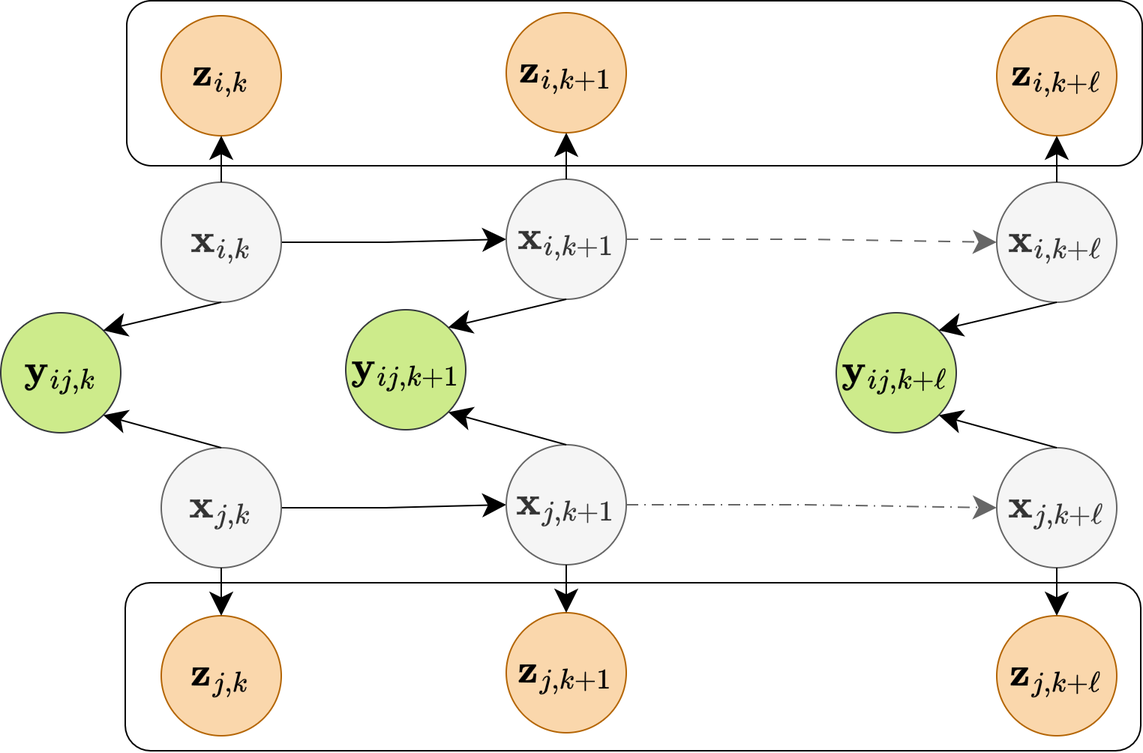
This is dynamic.png from yifan008/drawioSaver, a draw.io export, as it was before one commit. Source tidied: cells renumbered, new cells last; positions are measured from the earlier drawing's top-left corner, leaving out a move shared by most shapes.
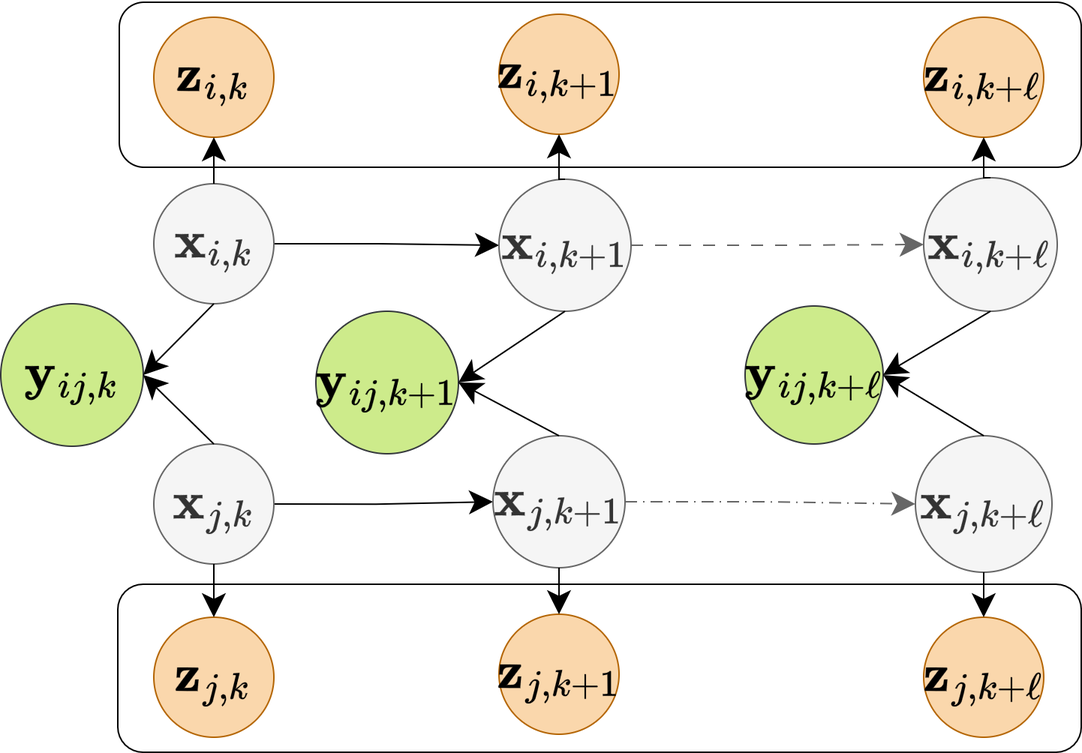
After the commit.

The edit, as a diff of the source:
```diff
@@ -2,104 +2,107 @@
   <root>
     <mxCell id="0" />
     <mxCell id="1" parent="0" />
-    <mxCell id="2" style="edgeStyle=orthogonalEdgeStyle;rounded=0;jettySize=auto;html=1;exitX=1;exitY=0.5;exitDx=0;exitDy=0;entryX=0;entryY=0.5;entryDx=0;entryDy=0;endSize=13;" parent="1" edge="1" source="3" target="14">
-      <mxGeometry relative="1" as="geometry" />
+    <mxCell id="2" style="rounded=1;whiteSpace=wrap;html=1;fillColor=none;" parent="1" vertex="1">
+      <mxGeometry x="83" y="388" width="642" height="112" as="geometry" />
     </mxCell>
-    <mxCell id="3" value="&lt;font style=&quot;font-size: 23px;&quot;&gt;$$\mathbf{x}_{i,k}$$&lt;/font&gt;" style="ellipse;whiteSpace=wrap;html=1;fillColor=#f5f5f5;fontColor=#333333;strokeColor=#666666;" parent="1" vertex="1">
-      <mxGeometry x="107" y="121" width="80" height="80" as="geometry" />
+    <mxCell id="3" style="rounded=1;whiteSpace=wrap;html=1;fillColor=none;" parent="1" vertex="1">
+      <mxGeometry x="84" width="641" height="110" as="geometry" />
     </mxCell>
     <mxCell id="4" style="edgeStyle=orthogonalEdgeStyle;rounded=0;jettySize=auto;html=1;exitX=1;exitY=0.5;exitDx=0;exitDy=0;entryX=0;entryY=0.5;entryDx=0;entryDy=0;endSize=13;" parent="1" edge="1" source="5" target="16">
       <mxGeometry relative="1" as="geometry" />
     </mxCell>
-    <mxCell id="5" value="&lt;font style=&quot;font-size: 23px;&quot;&gt;$$\mathbf{x}_{j,k}$$&lt;/font&gt;" style="ellipse;whiteSpace=wrap;html=1;fillColor=#f5f5f5;fontColor=#333333;strokeColor=#666666;" parent="1" vertex="1">
-      <mxGeometry x="107" y="298" width="80" height="80" as="geometry" />
+    <mxCell id="5" value="&lt;font style=&quot;font-size: 30px;&quot;&gt;$$\mathbf{x}_{i,k}$$&lt;/font&gt;" style="ellipse;whiteSpace=wrap;html=1;fillColor=#f5f5f5;fontColor=#333333;strokeColor=#666666;" parent="1" vertex="1">
+      <mxGeometry x="107" y="121" width="80" height="80" as="geometry" />
     </mxCell>
-    <mxCell id="6" value="&lt;span style=&quot;font-size: 23px;&quot;&gt;$$\mathbf{y}_{ij,k}$$&lt;/span&gt;" style="ellipse;whiteSpace=wrap;html=1;fillColor=#cdeb8b;strokeColor=#36393d;" parent="1" vertex="1">
-      <mxGeometry y="208" width="80" height="80" as="geometry" />
+    <mxCell id="6" style="edgeStyle=orthogonalEdgeStyle;rounded=0;jettySize=auto;html=1;exitX=1;exitY=0.5;exitDx=0;exitDy=0;entryX=0;entryY=0.5;entryDx=0;entryDy=0;endSize=13;" parent="1" edge="1" source="7" target="18">
+      <mxGeometry relative="1" as="geometry" />
     </mxCell>
-    <mxCell id="7" value="&lt;span style=&quot;font-size: 23px;&quot;&gt;$$\mathbf{z}_{i,k}$$&lt;/span&gt;" style="ellipse;whiteSpace=wrap;html=1;fillColor=#fad7ac;strokeColor=#b46504;" parent="1" vertex="1">
-      <mxGeometry x="107" y="10" width="80" height="80" as="geometry" />
+    <mxCell id="7" value="&lt;font style=&quot;font-size: 30px;&quot;&gt;$$\mathbf{x}_{j,k}$$&lt;/font&gt;" style="ellipse;whiteSpace=wrap;html=1;fillColor=#f5f5f5;fontColor=#333333;strokeColor=#666666;" parent="1" vertex="1">
+      <mxGeometry x="107" y="294.5" width="80" height="80" as="geometry" />
     </mxCell>
-    <mxCell id="8" value="&lt;span style=&quot;font-size: 23px;&quot;&gt;$$\mathbf{z}_{j,k}$$&lt;/span&gt;" style="ellipse;whiteSpace=wrap;html=1;fillColor=#fad7ac;strokeColor=#b46504;" parent="1" vertex="1">
-      <mxGeometry x="107" y="410" width="80" height="80" as="geometry" />
+    <mxCell id="8" value="&lt;font style=&quot;font-size: 30px;&quot;&gt;$$\mathbf{y}_{ij,k}$$&lt;/font&gt;" style="ellipse;whiteSpace=wrap;html=1;fillColor=#cdeb8b;strokeColor=#36393d;" parent="1" vertex="1">
+      <mxGeometry x="5" y="201" width="95" height="95" as="geometry" />
     </mxCell>
-    <mxCell id="9" style="edgeStyle=orthogonalEdgeStyle;rounded=0;jettySize=auto;html=1;exitX=0.5;exitY=0;exitDx=0;exitDy=0;entryX=0.5;entryY=1;entryDx=0;entryDy=0;endSize=13;" parent="1" edge="1" source="3" target="7">
-      <mxGeometry relative="1" as="geometry" />
+    <mxCell id="9" value="&lt;font style=&quot;font-size: 30px;&quot;&gt;$$\mathbf{z}_{i,k}$$&lt;/font&gt;" style="ellipse;whiteSpace=wrap;html=1;fillColor=#fad7ac;strokeColor=#b46504;" parent="1" vertex="1">
+      <mxGeometry x="107" y="10" width="80" height="80" as="geometry" />
     </mxCell>
-    <mxCell id="10" style="edgeStyle=orthogonalEdgeStyle;rounded=0;jettySize=auto;html=1;exitX=0.5;exitY=1;exitDx=0;exitDy=0;endSize=13;entryX=0.5;entryY=0;entryDx=0;entryDy=0;" parent="1" edge="1" source="5" target="8">
-      <mxGeometry relative="1" as="geometry" />
+    <mxCell id="10" value="&lt;font style=&quot;font-size: 30px;&quot;&gt;$$\mathbf{z}_{j,k}$$&lt;/font&gt;" style="ellipse;whiteSpace=wrap;html=1;fillColor=#fad7ac;strokeColor=#b46504;" parent="1" vertex="1">
+      <mxGeometry x="107" y="410" width="80" height="80" as="geometry" />
     </mxCell>
-    <mxCell id="11" style="endArrow=classic;html=1;rounded=0;exitX=0.5;exitY=1;exitDx=0;exitDy=0;entryX=1;entryY=0;entryDx=0;entryDy=0;endSize=13;" parent="1" edge="1" source="3" target="6">
+    <mxCell id="11" style="edgeStyle=orthogonalEdgeStyle;rounded=0;jettySize=auto;html=1;exitX=0.5;exitY=0;exitDx=0;exitDy=0;entryX=0.5;entryY=1;entryDx=0;entryDy=0;endSize=13;" parent="1" edge="1" source="5" target="9">
       <mxGeometry relative="1" as="geometry" />
     </mxCell>
-    <mxCell id="12" style="endArrow=classic;html=1;rounded=0;exitX=0.5;exitY=0;exitDx=0;exitDy=0;entryX=1;entryY=1;entryDx=0;entryDy=0;endSize=13;" parent="1" edge="1" source="5" target="6">
+    <mxCell id="12" style="edgeStyle=orthogonalEdgeStyle;rounded=0;jettySize=auto;html=1;exitX=0.5;exitY=1;exitDx=0;exitDy=0;endSize=13;entryX=0.5;entryY=0;entryDx=0;entryDy=0;" parent="1" edge="1" source="7" target="10">
       <mxGeometry relative="1" as="geometry" />
     </mxCell>
-    <mxCell id="13" style="edgeStyle=orthogonalEdgeStyle;rounded=0;jettySize=auto;html=1;exitX=1;exitY=0.5;exitDx=0;exitDy=0;entryX=0;entryY=0.5;entryDx=0;entryDy=0;endSize=13;dashed=1;strokeColor=#666666;dashPattern=8 8;fillColor=#f5f5f5;" parent="1" edge="1" source="14" target="24">
+    <mxCell id="13" style="endArrow=classic;html=1;rounded=0;exitX=0.5;exitY=1;exitDx=0;exitDy=0;entryX=1;entryY=0.5;entryDx=0;entryDy=0;endSize=13;" parent="1" edge="1" source="5" target="8">
       <mxGeometry relative="1" as="geometry" />
     </mxCell>
-    <mxCell id="14" value="&lt;font style=&quot;font-size: 23px;&quot;&gt;$$\mathbf{x}_{i,k+1}$$&lt;/font&gt;" style="ellipse;whiteSpace=wrap;html=1;fillColor=#f5f5f5;fontColor=#333333;strokeColor=#666666;" parent="1" vertex="1">
-      <mxGeometry x="337" y="119" width="80" height="80" as="geometry" />
+    <mxCell id="14" style="endArrow=classic;html=1;rounded=0;exitX=0.5;exitY=0;exitDx=0;exitDy=0;entryX=1;entryY=0.5;entryDx=0;entryDy=0;endSize=13;" parent="1" edge="1" source="7" target="8">
+      <mxGeometry relative="1" as="geometry" />
     </mxCell>
-    <mxCell id="15" style="edgeStyle=orthogonalEdgeStyle;rounded=0;jettySize=auto;html=1;exitX=1;exitY=0.5;exitDx=0;exitDy=0;entryX=0;entryY=0.5;entryDx=0;entryDy=0;endSize=13;dashed=1;fillColor=#f5f5f5;strokeColor=#666666;dashPattern=8 4 1 4;" parent="1" edge="1" source="16" target="25">
+    <mxCell id="15" style="edgeStyle=orthogonalEdgeStyle;rounded=0;jettySize=auto;html=1;exitX=1;exitY=0.5;exitDx=0;exitDy=0;entryX=0;entryY=0.5;entryDx=0;entryDy=0;endSize=13;dashed=1;strokeColor=#666666;dashPattern=8 8;fillColor=#f5f5f5;" parent="1" edge="1" source="16" target="26">
       <mxGeometry relative="1" as="geometry" />
     </mxCell>
-    <mxCell id="16" value="&lt;font style=&quot;font-size: 23px;&quot;&gt;$$\mathbf{x}_{j,k+1}$$&lt;/font&gt;" style="ellipse;whiteSpace=wrap;html=1;fillColor=#f5f5f5;fontColor=#333333;strokeColor=#666666;" parent="1" vertex="1">
-      <mxGeometry x="337" y="296" width="80" height="80" as="geometry" />
+    <mxCell id="16" value="&lt;font style=&quot;font-size: 30px;&quot;&gt;$$\mathbf{x}_{i,k+1}$$&lt;/font&gt;" style="ellipse;whiteSpace=wrap;html=1;fillColor=#f5f5f5;fontColor=#333333;strokeColor=#666666;" parent="1" vertex="1">
+      <mxGeometry x="337" y="118" width="88" height="88" as="geometry" />
     </mxCell>
-    <mxCell id="17" value="&lt;span style=&quot;font-size: 23px;&quot;&gt;$$\mathbf{y}_{ij,k+1}$$&lt;/span&gt;" style="ellipse;whiteSpace=wrap;html=1;fillColor=#cdeb8b;strokeColor=#36393d;" parent="1" vertex="1">
-      <mxGeometry x="230" y="206" width="80" height="80" as="geometry" />
+    <mxCell id="17" style="edgeStyle=orthogonalEdgeStyle;rounded=0;jettySize=auto;html=1;exitX=1;exitY=0.5;exitDx=0;exitDy=0;entryX=0;entryY=0.5;entryDx=0;entryDy=0;endSize=13;dashed=1;fillColor=#f5f5f5;strokeColor=#666666;dashPattern=8 4 1 4;" parent="1" edge="1" source="18" target="27">
+      <mxGeometry relative="1" as="geometry" />
     </mxCell>
-    <mxCell id="18" value="&lt;span style=&quot;font-size: 23px;&quot;&gt;$$\mathbf{z}_{i,k+1}$$&lt;/span&gt;" style="ellipse;whiteSpace=wrap;html=1;fillColor=#fad7ac;strokeColor=#b46504;" parent="1" vertex="1">
-      <mxGeometry x="337" y="8" width="80" height="80" as="geometry" />
+    <mxCell id="18" value="&lt;font style=&quot;font-size: 30px;&quot;&gt;$$\mathbf{x}_{j,k+1}$$&lt;/font&gt;" style="ellipse;whiteSpace=wrap;html=1;fillColor=#f5f5f5;fontColor=#333333;strokeColor=#666666;" parent="1" vertex="1">
+      <mxGeometry x="333" y="289" width="88" height="88" as="geometry" />
     </mxCell>
-    <mxCell id="19" value="&lt;span style=&quot;font-size: 23px;&quot;&gt;$$\mathbf{z}_{j,k+1}$$&lt;/span&gt;" style="ellipse;whiteSpace=wrap;html=1;fillColor=#fad7ac;strokeColor=#b46504;" parent="1" vertex="1">
-      <mxGeometry x="337" y="408" width="80" height="80" as="geometry" />
+    <mxCell id="19" value="&lt;font style=&quot;font-size: 30px;&quot;&gt;$$\mathbf{y}_{ij,k+1}$$&lt;/font&gt;" style="ellipse;whiteSpace=wrap;html=1;fillColor=#cdeb8b;strokeColor=#36393d;" parent="1" vertex="1">
+      <mxGeometry x="215" y="206" width="95" height="95" as="geometry" />
     </mxCell>
-    <mxCell id="20" style="edgeStyle=orthogonalEdgeStyle;rounded=0;jettySize=auto;html=1;exitX=0.5;exitY=0;exitDx=0;exitDy=0;entryX=0.5;entryY=1;entryDx=0;entryDy=0;endSize=13;" parent="1" edge="1" source="14" target="18">
-      <mxGeometry relative="1" as="geometry" />
+    <mxCell id="20" value="&lt;font style=&quot;font-size: 30px;&quot;&gt;$$\mathbf{z}_{i,k+1}$$&lt;/font&gt;" style="ellipse;whiteSpace=wrap;html=1;fillColor=#fad7ac;strokeColor=#b46504;" parent="1" vertex="1">
+      <mxGeometry x="337" y="8" width="80" height="80" as="geometry" />
     </mxCell>
-    <mxCell id="21" style="edgeStyle=orthogonalEdgeStyle;rounded=0;jettySize=auto;html=1;exitX=0.5;exitY=1;exitDx=0;exitDy=0;endSize=13;entryX=0.5;entryY=0;entryDx=0;entryDy=0;" parent="1" edge="1" source="16" target="19">
-      <mxGeometry relative="1" as="geometry" />
+    <mxCell id="21" value="&lt;font style=&quot;font-size: 30px;&quot;&gt;$$\mathbf{z}_{j,k+1}$$&lt;/font&gt;" style="ellipse;whiteSpace=wrap;html=1;fillColor=#fad7ac;strokeColor=#b46504;" parent="1" vertex="1">
+      <mxGeometry x="337" y="408" width="80" height="80" as="geometry" />
     </mxCell>
-    <mxCell id="22" style="endArrow=classic;html=1;rounded=0;exitX=0.5;exitY=1;exitDx=0;exitDy=0;entryX=1;entryY=0;entryDx=0;entryDy=0;endSize=13;" parent="1" edge="1" source="14" target="17">
+    <mxCell id="22" style="edgeStyle=orthogonalEdgeStyle;rounded=0;jettySize=auto;html=1;exitX=0.5;exitY=0;exitDx=0;exitDy=0;entryX=0.5;entryY=1;entryDx=0;entryDy=0;endSize=13;" parent="1" edge="1" source="16" target="20">
       <mxGeometry relative="1" as="geometry" />
     </mxCell>
-    <mxCell id="23" style="endArrow=classic;html=1;rounded=0;exitX=0.5;exitY=0;exitDx=0;exitDy=0;entryX=1;entryY=1;entryDx=0;entryDy=0;endSize=13;" parent="1" edge="1" source="16" target="17">
+    <mxCell id="23" style="edgeStyle=orthogonalEdgeStyle;rounded=0;jettySize=auto;html=1;exitX=0.5;exitY=1;exitDx=0;exitDy=0;endSize=13;entryX=0.5;entryY=0;entryDx=0;entryDy=0;" parent="1" edge="1" source="18" target="21">
       <mxGeometry relative="1" as="geometry" />
     </mxCell>
-    <mxCell id="24" value="&lt;font style=&quot;font-size: 23px;&quot;&gt;$$\mathbf{x}_{i,k+\ell}$$&lt;/font&gt;" style="ellipse;whiteSpace=wrap;html=1;fillColor=#f5f5f5;fontColor=#333333;strokeColor=#666666;" parent="1" vertex="1">
-      <mxGeometry x="664" y="121" width="80" height="80" as="geometry" />
+    <mxCell id="24" style="endArrow=classic;html=1;rounded=0;exitX=0.5;exitY=1;exitDx=0;exitDy=0;entryX=1;entryY=0.5;entryDx=0;entryDy=0;endSize=13;" parent="1" edge="1" source="16" target="19">
+      <mxGeometry relative="1" as="geometry" />
     </mxCell>
-    <mxCell id="25" value="&lt;font style=&quot;font-size: 23px;&quot;&gt;$$\mathbf{x}_{j,k+\ell}$$&lt;/font&gt;" style="ellipse;whiteSpace=wrap;html=1;fillColor=#f5f5f5;fontColor=#333333;strokeColor=#666666;" parent="1" vertex="1">
-      <mxGeometry x="664" y="298" width="80" height="80" as="geometry" />
+    <mxCell id="25" style="endArrow=classic;html=1;rounded=0;exitX=0.5;exitY=0;exitDx=0;exitDy=0;entryX=1;entryY=0.5;entryDx=0;entryDy=0;endSize=13;" parent="1" edge="1" source="18" target="19">
+      <mxGeometry relative="1" as="geometry" />
     </mxCell>
-    <mxCell id="26" value="&lt;span style=&quot;font-size: 23px;&quot;&gt;$$\mathbf{y}_{ij,k+\ell}$$&lt;/span&gt;" style="ellipse;whiteSpace=wrap;html=1;fillColor=#cdeb8b;strokeColor=#36393d;" parent="1" vertex="1">
-      <mxGeometry x="557" y="208" width="80" height="80" as="geometry" />
+    <mxCell id="26" value="&lt;font style=&quot;font-size: 30px;&quot;&gt;$$\mathbf{x}_{i,k+\ell}$$&lt;/font&gt;" style="ellipse;whiteSpace=wrap;html=1;fillColor=#f5f5f5;fontColor=#333333;strokeColor=#666666;" parent="1" vertex="1">
+      <mxGeometry x="620" y="117" width="89" height="89" as="geometry" />
     </mxCell>
-    <mxCell id="27" value="&lt;span style=&quot;font-size: 23px;&quot;&gt;$$\mathbf{z}_{i,k+\ell}$$&lt;/span&gt;" style="ellipse;whiteSpace=wrap;html=1;fillColor=#fad7ac;strokeColor=#b46504;" parent="1" vertex="1">
-      <mxGeometry x="664" y="10" width="80" height="80" as="geometry" />
+    <mxCell id="27" value="&lt;font style=&quot;font-size: 30px;&quot;&gt;$$\mathbf{x}_{j,k+\ell}$$&lt;/font&gt;" style="ellipse;whiteSpace=wrap;html=1;fillColor=#f5f5f5;fontColor=#333333;strokeColor=#666666;" parent="1" vertex="1">
+      <mxGeometry x="614.5" y="289" width="91" height="91" as="geometry" />
     </mxCell>
-    <mxCell id="28" value="&lt;span style=&quot;font-size: 23px;&quot;&gt;$$\mathbf{z}_{j,k+\ell}$$&lt;/span&gt;" style="ellipse;whiteSpace=wrap;html=1;fillColor=#fad7ac;strokeColor=#b46504;" parent="1" vertex="1">
-      <mxGeometry x="664" y="410" width="80" height="80" as="geometry" />
+    <mxCell id="28" value="&lt;font style=&quot;font-size: 30px;&quot;&gt;$$\mathbf{y}_{ij,k+\ell}$$&lt;/font&gt;" style="ellipse;whiteSpace=wrap;html=1;fillColor=#cdeb8b;strokeColor=#36393d;" parent="1" vertex="1">
+      <mxGeometry x="501" y="202.5" width="92" height="92" as="geometry" />
     </mxCell>
-    <mxCell id="29" style="edgeStyle=orthogonalEdgeStyle;rounded=0;jettySize=auto;html=1;exitX=0.5;exitY=0;exitDx=0;exitDy=0;entryX=0.5;entryY=1;entryDx=0;entryDy=0;endSize=13;" parent="1" edge="1" source="24" target="27">
-      <mxGeometry relative="1" as="geometry" />
+    <mxCell id="29" value="&lt;font style=&quot;font-size: 30px;&quot;&gt;$$\mathbf{z}_{i,k+\ell}$$&lt;/font&gt;" style="ellipse;whiteSpace=wrap;html=1;fillColor=#fad7ac;strokeColor=#b46504;" parent="1" vertex="1">
+      <mxGeometry x="620" y="10" width="80" height="80" as="geometry" />
     </mxCell>
-    <mxCell id="30" style="edgeStyle=orthogonalEdgeStyle;rounded=0;jettySize=auto;html=1;exitX=0.5;exitY=1;exitDx=0;exitDy=0;endSize=13;entryX=0.5;entryY=0;entryDx=0;entryDy=0;" parent="1" edge="1" source="25" target="28">
-      <mxGeometry relative="1" as="geometry" />
+    <mxCell id="30" value="&lt;font style=&quot;font-size: 30px;&quot;&gt;$$\mathbf{z}_{j,k+\ell}$$&lt;/font&gt;" style="ellipse;whiteSpace=wrap;html=1;fillColor=#fad7ac;strokeColor=#b46504;" parent="1" vertex="1">
+      <mxGeometry x="620" y="410" width="80" height="80" as="geometry" />
     </mxCell>
-    <mxCell id="31" style="endArrow=classic;html=1;rounded=0;exitX=0.5;exitY=1;exitDx=0;exitDy=0;entryX=1;entryY=0;entryDx=0;entryDy=0;endSize=13;" parent="1" edge="1" source="24" target="26">
+    <mxCell id="31" style="edgeStyle=orthogonalEdgeStyle;rounded=0;jettySize=auto;html=1;exitX=0.5;exitY=0;exitDx=0;exitDy=0;entryX=0.5;entryY=1;entryDx=0;entryDy=0;endSize=13;" parent="1" edge="1" source="26" target="29">
       <mxGeometry relative="1" as="geometry" />
     </mxCell>
-    <mxCell id="32" style="endArrow=classic;html=1;rounded=0;exitX=0.5;exitY=0;exitDx=0;exitDy=0;entryX=1;entryY=1;entryDx=0;entryDy=0;endSize=13;" parent="1" edge="1" source="25" target="26">
+    <mxCell id="32" style="edgeStyle=orthogonalEdgeStyle;rounded=0;jettySize=auto;html=1;exitX=0.5;exitY=1;exitDx=0;exitDy=0;endSize=13;entryX=0.5;entryY=0;entryDx=0;entryDy=0;" parent="1" edge="1" source="27" target="30">
       <mxGeometry relative="1" as="geometry" />
     </mxCell>
-    <mxCell id="33" style="rounded=1;whiteSpace=wrap;html=1;fillColor=none;" parent="1" vertex="1">
-      <mxGeometry x="83" y="388" width="677" height="112" as="geometry" />
+    <mxCell id="33" style="endArrow=classic;html=1;rounded=0;exitX=0.5;exitY=1;exitDx=0;exitDy=0;entryX=1;entryY=0.5;entryDx=0;entryDy=0;endSize=13;" parent="1" edge="1" source="26" target="28">
+      <mxGeometry relative="1" as="geometry" />
     </mxCell>
-    <mxCell id="34" style="rounded=1;whiteSpace=wrap;html=1;fillColor=none;" parent="1" vertex="1">
-      <mxGeometry x="84" width="677" height="110" as="geometry" />
+    <mxCell id="34" style="endArrow=classic;html=1;rounded=0;exitX=0.5;exitY=0;exitDx=0;exitDy=0;entryX=1;entryY=0.5;entryDx=0;entryDy=0;endSize=13;" parent="1" edge="1" source="27" target="28">
+      <mxGeometry relative="1" as="geometry" />
     </mxCell>
+    <mxCell id="35" style="edgeStyle=orthogonalEdgeStyle;rounded=0;orthogonalLoop=1;jettySize=auto;html=1;exitX=0.5;exitY=1;exitDx=0;exitDy=0;" parent="1" edge="1" source="19" target="19">
+      <mxGeometry relative="1" as="geometry" />
+    </mxCell>
   </root>
 </mxGraphModel>
```
